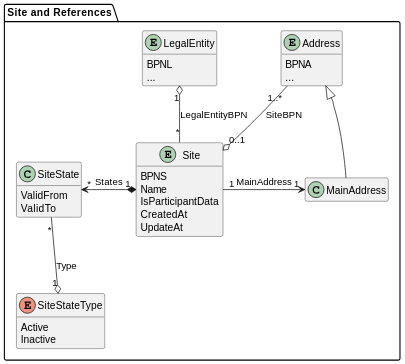
Earlier version of the PlantUML export docs/standards/CX-0012-BusinessPartnerDataPoolAPI/assets/diagrams/class/site.svg (catenax-eV/catenax-ev.github.io).
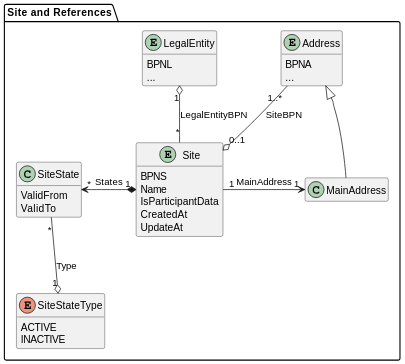
After the change.

The edit, as a diff of the source:
```diff
@@ -26,8 +26,8 @@
   }
 
   enum SiteStateType{
-      Active
-      Inactive
+      ACTIVE
+      INACTIVE
     }
 
   class MainAddress {}
```
